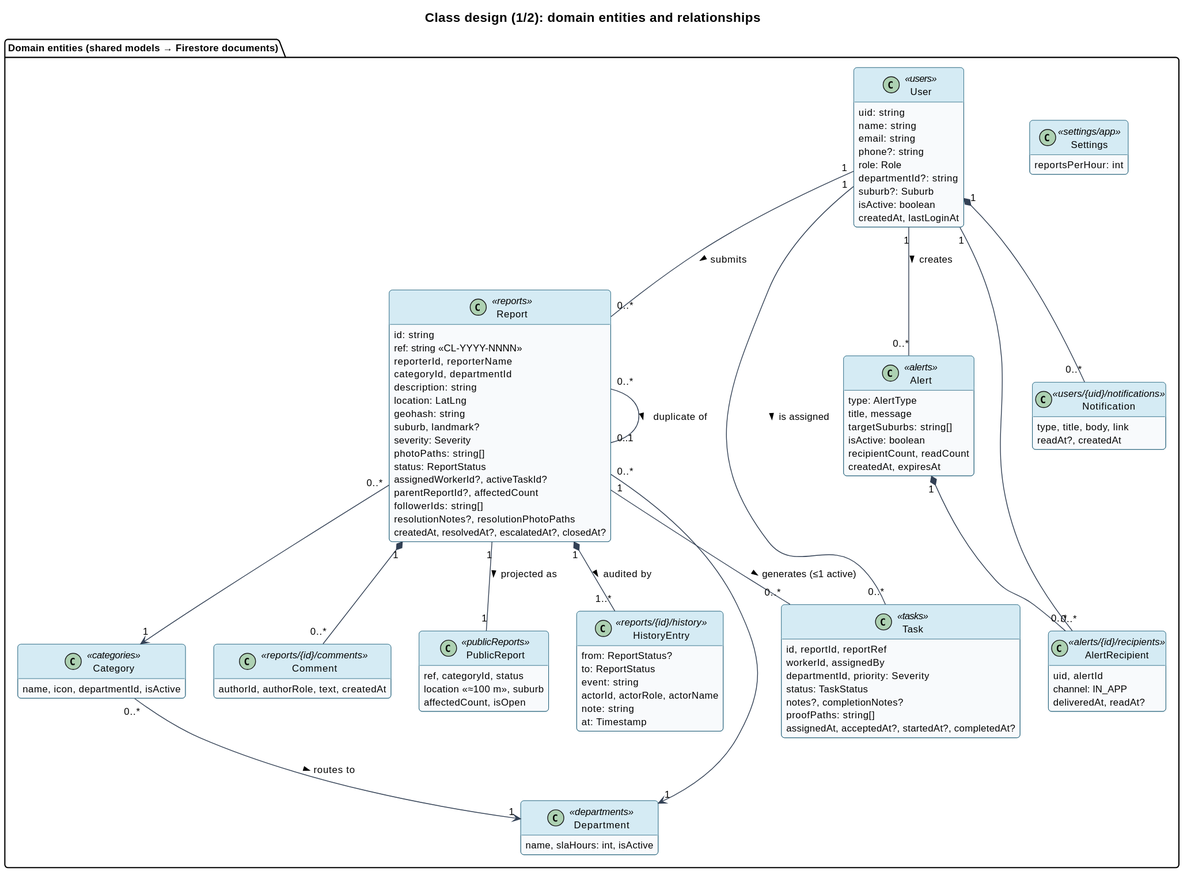
The PlantUML diagram docs/diagrams/class-domain.svg in altechemist/civiclink, before a commit. The source it was exported from:
```plantuml
@startuml
!include _style.iuml
hide empty members
title Class design (1/2): domain entities and relationships
package "Domain entities (shared models → Firestore documents)" {
  class User <<users>> {
    uid: string
    name: string
    email: string
    phone?: string
    role: Role
    departmentId?: string
    suburb?: Suburb
    isActive: boolean
    createdAt, lastLoginAt
  }
  class Report <<reports>> {
    id: string
    ref: string  «CL-YYYY-NNNN»
    reporterId, reporterName
    categoryId, departmentId
    description: string
    location: LatLng
    geohash: string
    suburb, landmark?
    severity: Severity
    photoPaths: string[]
    status: ReportStatus
    assignedWorkerId?, activeTaskId?
    parentReportId?, affectedCount
    followerIds: string[]
    resolutionNotes?, resolutionPhotoPaths
    createdAt, resolvedAt?, escalatedAt?, closedAt?
  }
  class HistoryEntry <<reports/{id}/history>> {
    from: ReportStatus?
    to: ReportStatus
    event: string
    actorId, actorRole, actorName
    note: string
    at: Timestamp
  }
  class Task <<tasks>> {
    id, reportId, reportRef
    workerId, assignedBy
    departmentId, priority: Severity
    status: TaskStatus
    notes?, completionNotes?
    proofPaths: string[]
    assignedAt, acceptedAt?, startedAt?, completedAt?
  }
  class Alert <<alerts>> {
    type: AlertType
    title, message
    targetSuburbs: string[]
    isActive: boolean
    recipientCount, readCount
    createdAt, expiresAt
  }
  class AlertRecipient <<alerts/{id}/recipients>> {
    uid, alertId
    channel: IN_APP
    deliveredAt, readAt?
  }
  class Notification <<users/{uid}/notifications>> {
    type, title, body, link
    readAt?, createdAt
  }
  class Department <<departments>> {
    name, slaHours: int, isActive
  }
  class Category <<categories>> {
    name, icon, departmentId, isActive
  }
  class Comment <<reports/{id}/comments>> {
    authorId, authorRole, text, createdAt
  }
  class Settings <<settings/app>> {
    reportsPerHour: int
  }
  class PublicReport <<publicReports>> {
    ref, categoryId, status
    location «≈100 m», suburb
    affectedCount, isOpen
  }
}

User "1" -- "0..*" Report : submits >
User "1" -- "0..*" Task : is assigned >
Report "1" *-- "1..*" HistoryEntry : audited by >
Report "1" *-- "0..*" Comment
Report "1" -- "0..*" Task : generates (≤1 active) >
Report "0..*" -- "0..1" Report : duplicate of >
Report "1" -- "1" PublicReport : projected as >
Category "0..*" --> "1" Department : routes to >
Report "0..*" --> "1" Category
Report "0..*" --> "1" Department
Alert "1" *-- "0..*" AlertRecipient
User "1" -- "0..*" AlertRecipient
User "1" *-- "0..*" Notification
User "1" -- "0..*" Alert : creates >
@enduml
```
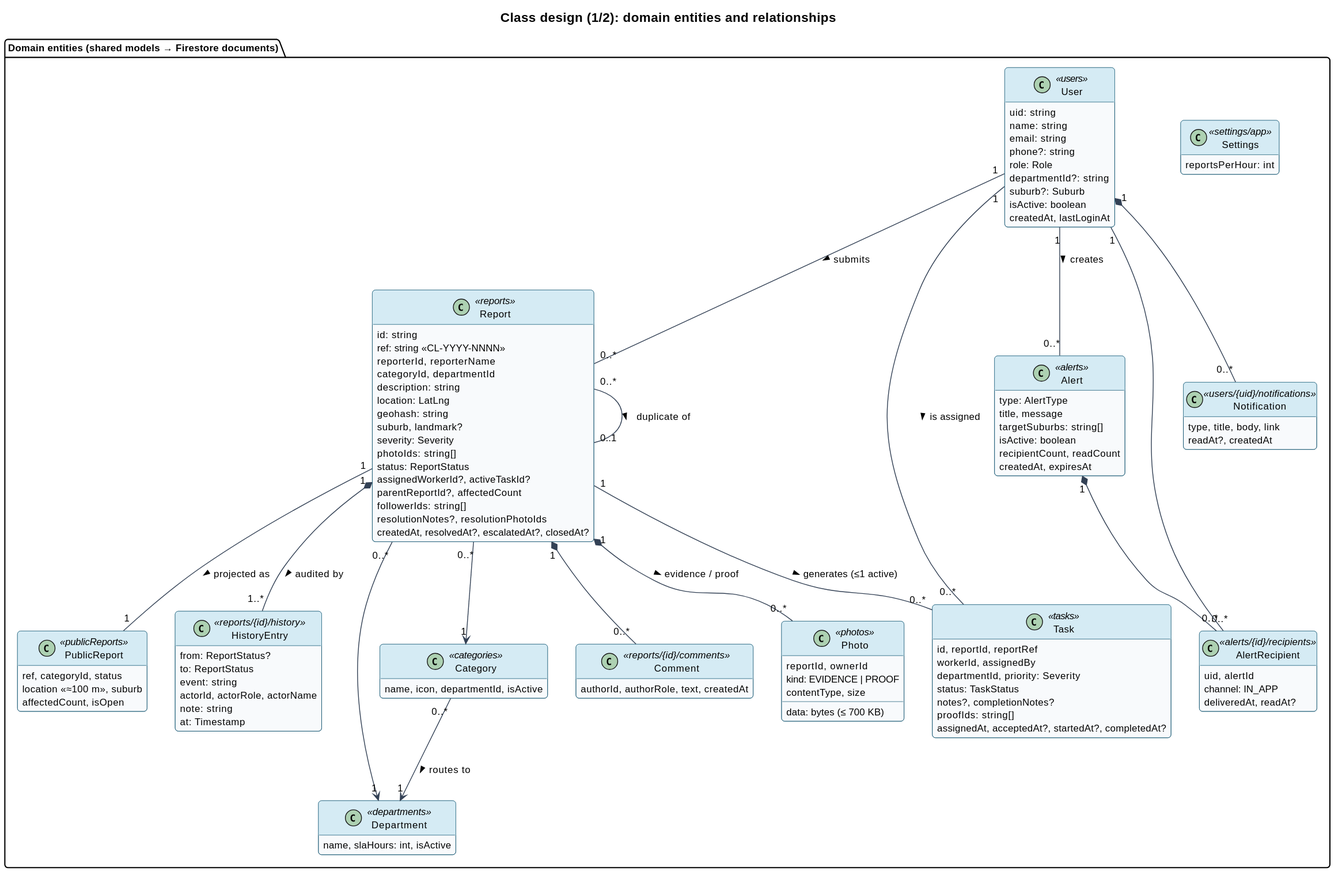
After the change.

Change to the diagram source:
```diff
@@ -24,12 +24,12 @@
     geohash: string
     suburb, landmark?
     severity: Severity
-    photoPaths: string[]
+    photoIds: string[]
     status: ReportStatus
     assignedWorkerId?, activeTaskId?
     parentReportId?, affectedCount
     followerIds: string[]
-    resolutionNotes?, resolutionPhotoPaths
+    resolutionNotes?, resolutionPhotoIds
     createdAt, resolvedAt?, escalatedAt?, closedAt?
   }
   class HistoryEntry <<reports/{id}/history>> {
@@ -46,7 +46,7 @@
     departmentId, priority: Severity
     status: TaskStatus
     notes?, completionNotes?
-    proofPaths: string[]
+    proofIds: string[]
     assignedAt, acceptedAt?, startedAt?, completedAt?
   }
   class Alert <<alerts>> {
@@ -78,6 +78,12 @@
   class Settings <<settings/app>> {
     reportsPerHour: int
   }
+  class Photo <<photos>> {
+    reportId, ownerId
+    kind: EVIDENCE | PROOF
+    contentType, size
+    data: bytes (≤ 700 KB)
+  }
   class PublicReport <<publicReports>> {
     ref, categoryId, status
     location «≈100 m», suburb
@@ -92,6 +98,7 @@
 Report "1" -- "0..*" Task : generates (≤1 active) >
 Report "0..*" -- "0..1" Report : duplicate of >
 Report "1" -- "1" PublicReport : projected as >
+Report "1" *-- "0..*" Photo : evidence / proof >
 Category "0..*" --> "1" Department : routes to >
 Report "0..*" --> "1" Category
 Report "0..*" --> "1" Department
```
